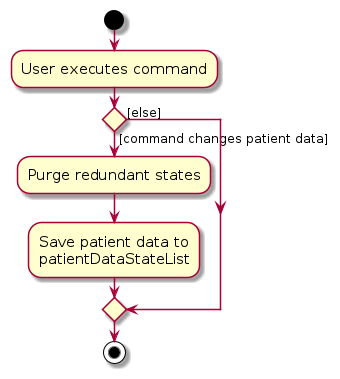
AY2627S1-CS2103T-W08-1/tp keeps this PlantUML diagram as diagrams/CommitActivityDiagram.png. Above is the earlier version. Its source is kept beside it as diagrams/CommitActivityDiagram.puml.
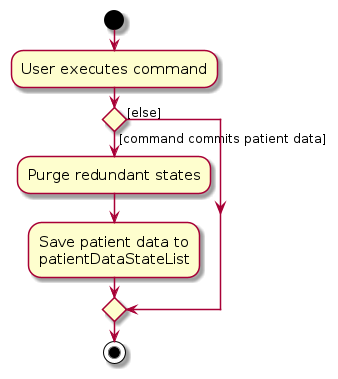
Above is the later version.

What changed in the source:
```diff
@@ -6,7 +6,7 @@
 :User executes command;
 
 
-if () then ([command changes patient data])
+if () then ([command commits patient data])
     :Purge redundant states;
     :Save patient data to
     patientDataStateList;
```
